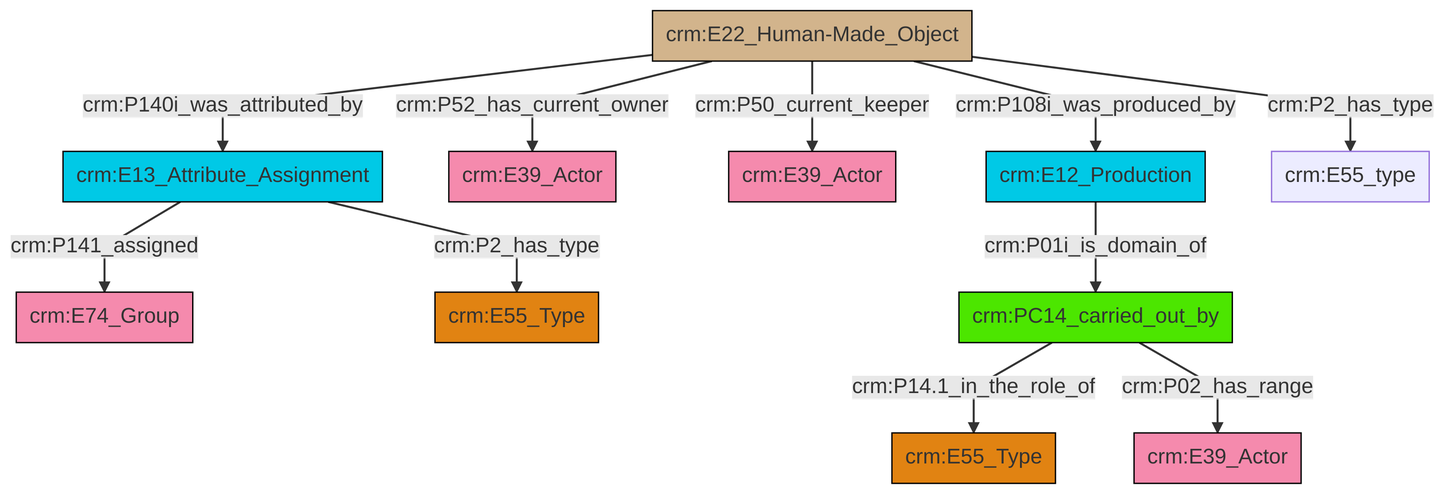
Above: et/artworkCSV/ttl/mmd/png/Artwork_Actor_Relations.png in swiss-art-research-net/reference-data-models (Mermaid), before the change. Its source is kept beside it as et/artworkCSV/ttl/mmd/Artwork_Actor_Relations.ttl.mmd.
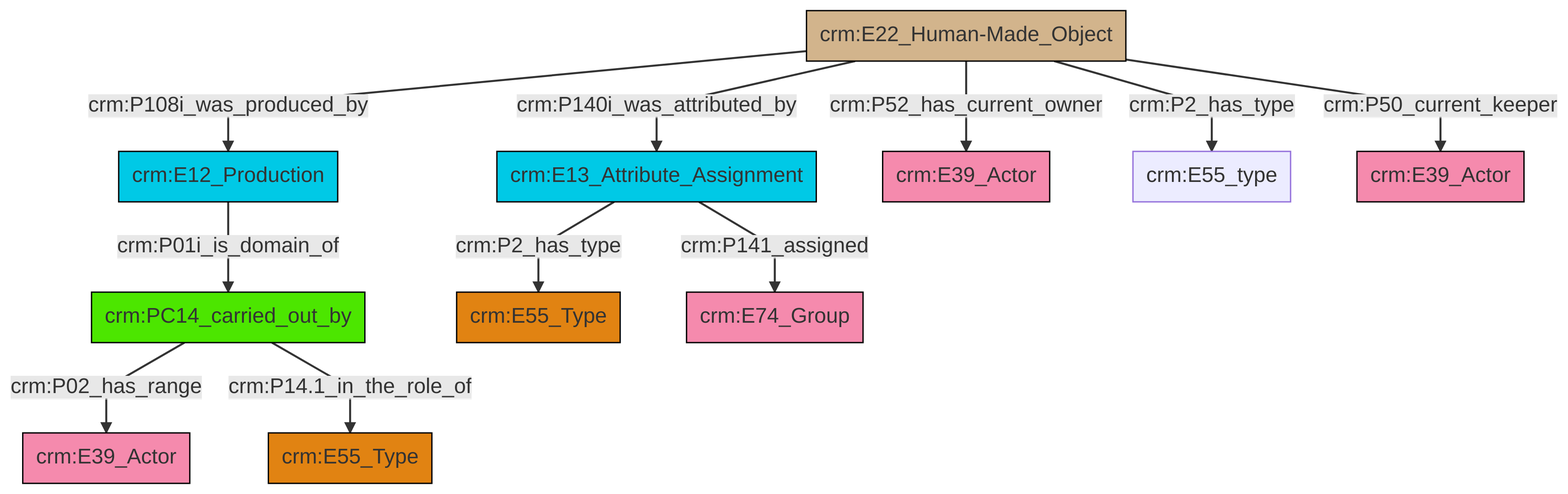
Later version of the same file.

Change to the diagram source:
```diff
@@ -13,13 +13,13 @@
 classDef PC_Classes fill:#4ce600, stroke:#000000;
 classDef Multi fill:#cccccc,stroke:#000000;
 
-2["crm:PC14_carried_out_by"]:::PC_Classes -->|crm:P14.1_in_the_role_of| 3["crm:E55_Type"]:::Type
-4["crm:E12_Production"]:::Temporal_Entity -->|crm:P01i_is_domain_of| 2["crm:PC14_carried_out_by"]:::PC_Classes
-8["crm:E22_Human-Made_Object"]:::Physical_Thing -->|crm:P140i_was_attributed_by| 9["crm:E13_Attribute_Assignment"]:::Temporal_Entity
-9["crm:E13_Attribute_Assignment"]:::Temporal_Entity -->|crm:P141_assigned| 5["crm:E74_Group"]:::Actor
-8["crm:E22_Human-Made_Object"]:::Physical_Thing -->|crm:P52_has_current_owner| 15["crm:E39_Actor"]:::Actor
-9["crm:E13_Attribute_Assignment"]:::Temporal_Entity -->|crm:P2_has_type| 0["crm:E55_Type"]:::Type
-8["crm:E22_Human-Made_Object"]:::Physical_Thing -->|crm:P50_current_keeper| 11["crm:E39_Actor"]:::Actor
-2["crm:PC14_carried_out_by"]:::PC_Classes -->|crm:P02_has_range| 16["crm:E39_Actor"]:::Actor
-8["crm:E22_Human-Made_Object"]:::Physical_Thing -->|crm:P108i_was_produced_by| 4["crm:E12_Production"]:::Temporal_Entity
-8["crm:E22_Human-Made_Object"]:::Physical_Thing -->|crm:P2_has_type| 18["crm:E55_type"]:::Default
+4["crm:E22_Human-Made_Object"]:::Physical_Thing -->|crm:P52_has_current_owner| 5["crm:E39_Actor"]:::Actor
+6["crm:PC14_carried_out_by"]:::PC_Classes -->|crm:P02_has_range| 7["crm:E39_Actor"]:::Actor
+2["crm:E13_Attribute_Assignment"]:::Temporal_Entity -->|crm:P2_has_type| 8["crm:E55_Type"]:::Type
+4["crm:E22_Human-Made_Object"]:::Physical_Thing -->|crm:P2_has_type| 12["crm:E55_type"]:::Default
+2["crm:E13_Attribute_Assignment"]:::Temporal_Entity -->|crm:P141_assigned| 9["crm:E74_Group"]:::Actor
+6["crm:PC14_carried_out_by"]:::PC_Classes -->|crm:P14.1_in_the_role_of| 14["crm:E55_Type"]:::Type
+4["crm:E22_Human-Made_Object"]:::Physical_Thing -->|crm:P108i_was_produced_by| 0["crm:E12_Production"]:::Temporal_Entity
+4["crm:E22_Human-Made_Object"]:::Physical_Thing -->|crm:P140i_was_attributed_by| 2["crm:E13_Attribute_Assignment"]:::Temporal_Entity
+4["crm:E22_Human-Made_Object"]:::Physical_Thing -->|crm:P50_current_keeper| 20["crm:E39_Actor"]:::Actor
+0["crm:E12_Production"]:::Temporal_Entity -->|crm:P01i_is_domain_of| 6["crm:PC14_carried_out_by"]:::PC_Classes
```
